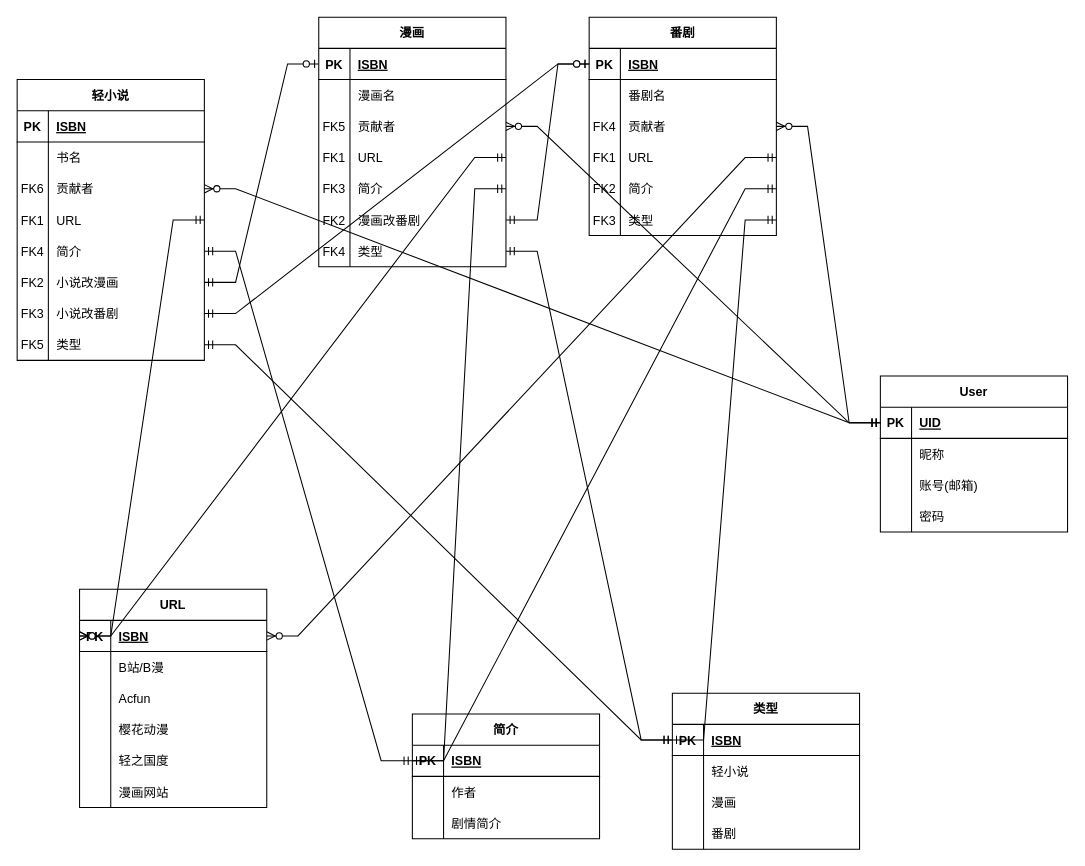
This is 数据库结构.drawio from AusertDream/2-D-resources-management-system, a draw.io file, before an edit. Source tidied: cells renumbered, new cells numbered last; positions are measured from the earlier drawing's top-left corner, leaving out a move shared by most shapes. Both pictures are drawn from the tidied source at 104%, with x=0, y=0 at pixel (17, 17).
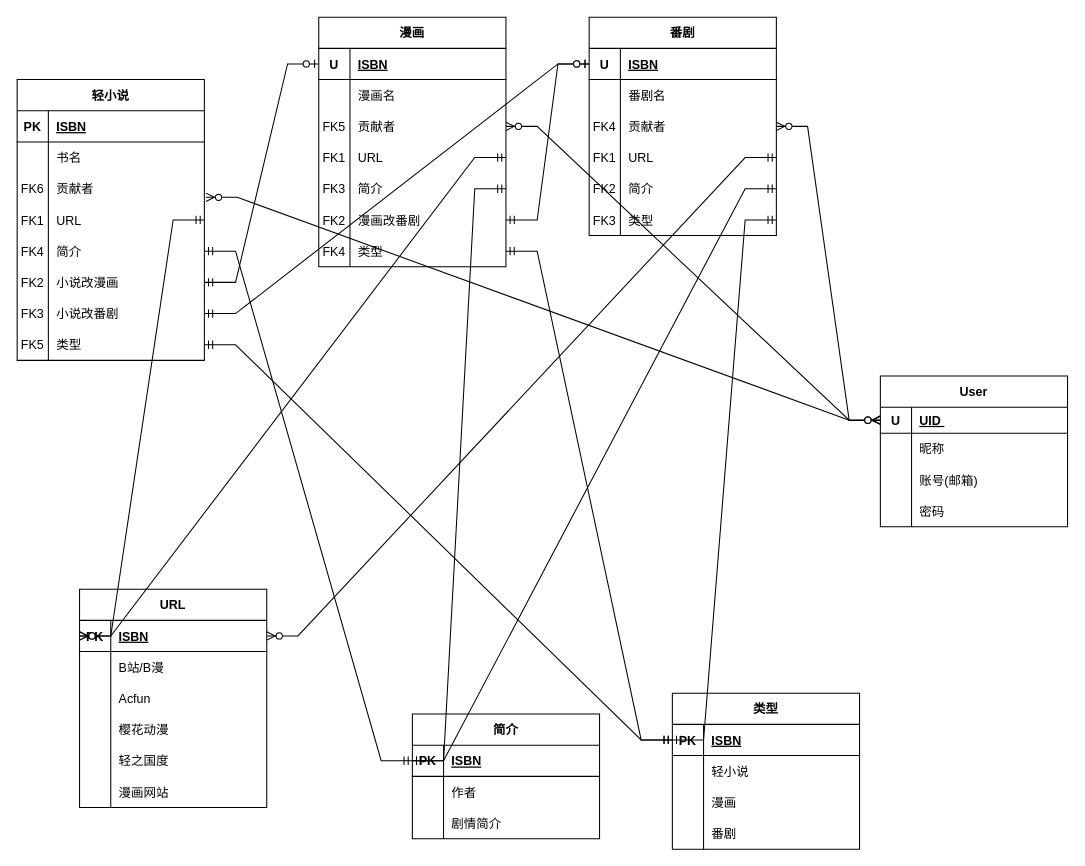
The same page after the edit.

The change refers to these unchanged cells:
```xml
<mxCell id="22" style="shape=tableRow;horizontal=0;startSize=0;swimlaneHead=0;swimlaneBody=0;fillColor=none;points=[[0,0.5],[1,0.5]];portConstraint=eastwest;top=0;left=0;right=0;bottom=0;" parent="15" vertex="1">
  <mxGeometry y="90" width="180" height="30" as="geometry" />
</mxCell>
<mxCell id="41" style="shape=tableRow;horizontal=0;startSize=0;swimlaneHead=0;swimlaneBody=0;fillColor=none;points=[[0,0.5],[1,0.5]];portConstraint=eastwest;top=0;left=0;right=0;bottom=1;" parent="40" vertex="1">
  <mxGeometry y="30" width="180" height="30" as="geometry" />
</mxCell>
<mxCell id="47" style="shape=tableRow;horizontal=0;startSize=0;swimlaneHead=0;swimlaneBody=0;fillColor=none;points=[[0,0.5],[1,0.5]];portConstraint=eastwest;top=0;left=0;right=0;bottom=0;" parent="40" vertex="1">
  <mxGeometry y="90" width="180" height="30" as="geometry" />
</mxCell>
<mxCell id="63" style="shape=tableRow;horizontal=0;startSize=0;swimlaneHead=0;swimlaneBody=0;fillColor=none;points=[[0,0.5],[1,0.5]];portConstraint=eastwest;top=0;left=0;right=0;bottom=1;" parent="62" vertex="1">
  <mxGeometry y="30" width="180" height="30" as="geometry" />
</mxCell>
<mxCell id="69" style="shape=tableRow;horizontal=0;startSize=0;swimlaneHead=0;swimlaneBody=0;fillColor=none;points=[[0,0.5],[1,0.5]];portConstraint=eastwest;top=0;left=0;right=0;bottom=0;" parent="62" vertex="1">
  <mxGeometry y="90" width="180" height="30" as="geometry" />
</mxCell>
```

What changed in the source:
```diff
@@
     <mxCell id="2" value="User" style="shape=table;startSize=30;childLayout=tableLayout;rowLines=0;fontStyle=1;align=center;" parent="1" vertex="1">
-      <mxGeometry x="830" y="345" width="180" height="150" as="geometry" />
+      <mxGeometry x="830" y="345" width="180" height="145" as="geometry" />
     </mxCell>
     <mxCell id="3" style="shape=tableRow;horizontal=0;startSize=0;swimlaneHead=0;swimlaneBody=0;fillColor=none;points=[[0,0.5],[1,0.5]];portConstraint=eastwest;top=0;left=0;right=0;bottom=1;" parent="2" vertex="1">
-      <mxGeometry y="30" width="180" height="30" as="geometry" />
+      <mxGeometry y="30" width="180" height="25" as="geometry" />
     </mxCell>
-    <mxCell id="4" value="PK" style="shape=partialRectangle;fillColor=none;top=0;left=0;bottom=0;right=0;fontStyle=1;overflow=hidden;" parent="3" vertex="1">
-      <mxGeometry width="30" height="30" as="geometry" />
+    <mxCell id="4" value="U" style="shape=partialRectangle;fillColor=none;top=0;left=0;bottom=0;right=0;fontStyle=1;overflow=hidden;" parent="3" vertex="1">
+      <mxGeometry width="30" height="25" as="geometry" />
     </mxCell>
-    <mxCell id="5" value="UID" style="shape=partialRectangle;fillColor=none;top=0;left=0;bottom=0;right=0;align=left;spacingLeft=6;fontStyle=5;overflow=hidden;" parent="3" vertex="1">
-      <mxGeometry x="30" width="150" height="30" as="geometry" />
+    <mxCell id="5" value="UID " style="shape=partialRectangle;fillColor=none;top=0;left=0;bottom=0;right=0;align=left;spacingLeft=6;fontStyle=5;overflow=hidden;" parent="3" vertex="1">
+      <mxGeometry x="30" width="150" height="25" as="geometry" />
     </mxCell>
     <mxCell id="6" style="shape=tableRow;horizontal=0;startSize=0;swimlaneHead=0;swimlaneBody=0;fillColor=none;top=0;left=0;right=0;bottom=0;" parent="2" vertex="1">
-      <mxGeometry y="60" width="180" height="30" as="geometry" />
+      <mxGeometry y="55" width="180" height="30" as="geometry" />
     </mxCell>
@@
     <mxCell id="9" style="shape=tableRow;horizontal=0;startSize=0;swimlaneHead=0;swimlaneBody=0;fillColor=none;top=0;left=0;right=0;bottom=0;" parent="2" vertex="1">
-      <mxGeometry y="90" width="180" height="30" as="geometry" />
+      <mxGeometry y="85" width="180" height="30" as="geometry" />
     </mxCell>
@@
     <mxCell id="12" style="shape=tableRow;horizontal=0;startSize=0;swimlaneHead=0;swimlaneBody=0;fillColor=none;top=0;left=0;right=0;bottom=0;" parent="2" vertex="1">
-      <mxGeometry y="120" width="180" height="30" as="geometry" />
+      <mxGeometry y="115" width="180" height="30" as="geometry" />
     </mxCell>
@@
-    <mxCell id="42" value="PK" style="shape=partialRectangle;fillColor=none;top=0;left=0;bottom=0;right=0;fontStyle=1;overflow=hidden;" parent="41" vertex="1">
+    <mxCell id="42" value="U" style="shape=partialRectangle;fillColor=none;top=0;left=0;bottom=0;right=0;fontStyle=1;overflow=hidden;" parent="41" vertex="1">
       <mxGeometry width="30" height="30" as="geometry" />
     </mxCell>
@@
-    <mxCell id="64" value="PK" style="shape=partialRectangle;fillColor=none;top=0;left=0;bottom=0;right=0;fontStyle=1;overflow=hidden;" parent="63" vertex="1">
+    <mxCell id="64" value="U" style="shape=partialRectangle;fillColor=none;top=0;left=0;bottom=0;right=0;fontStyle=1;overflow=hidden;" parent="63" vertex="1">
       <mxGeometry width="30" height="30" as="geometry" />
     </mxCell>
@@
-    <mxCell id="135" style="edgeStyle=entityRelationEdgeStyle;fontSize=12;html=1;endArrow=ERzeroToMany;startArrow=ERmandOne;rounded=0;exitX=0;exitY=0.5;exitDx=0;exitDy=0;entryX=1;entryY=0.5;entryDx=0;entryDy=0;" parent="1" edge="1" source="3" target="69">
-      <mxGeometry relative="1" as="geometry" />
-    </mxCell>
-    <mxCell id="136" style="edgeStyle=entityRelationEdgeStyle;fontSize=12;html=1;endArrow=ERzeroToMany;startArrow=ERmandOne;rounded=0;exitX=0;exitY=0.5;exitDx=0;exitDy=0;entryX=1;entryY=0.5;entryDx=0;entryDy=0;" parent="1" edge="1" source="3" target="47">
-      <mxGeometry relative="1" as="geometry" />
-    </mxCell>
-    <mxCell id="137" style="edgeStyle=entityRelationEdgeStyle;fontSize=12;html=1;endArrow=ERzeroToMany;startArrow=ERmandOne;rounded=0;exitX=0;exitY=0.5;exitDx=0;exitDy=0;entryX=1;entryY=0.5;entryDx=0;entryDy=0;" parent="1" edge="1" source="3" target="22">
-      <mxGeometry relative="1" as="geometry" />
-    </mxCell>
+    <mxCell id="138" style="edgeStyle=entityRelationEdgeStyle;fontSize=12;html=1;endArrow=ERzeroToMany;endFill=1;startArrow=ERzeroToMany;rounded=0;entryX=0;entryY=0.5;entryDx=0;entryDy=0;exitX=1.009;exitY=0.773;exitDx=0;exitDy=0;exitPerimeter=0;" parent="1" edge="1" source="22" target="3">
+      <mxGeometry relative="1" as="geometry" />
+    </mxCell>
+    <mxCell id="139" style="edgeStyle=entityRelationEdgeStyle;fontSize=12;html=1;endArrow=ERzeroToMany;endFill=1;startArrow=ERzeroToMany;rounded=0;entryX=0;entryY=0.5;entryDx=0;entryDy=0;" parent="1" edge="1" source="47" target="3">
+      <mxGeometry relative="1" as="geometry" />
+    </mxCell>
+    <mxCell id="140" style="edgeStyle=entityRelationEdgeStyle;fontSize=12;html=1;endArrow=ERzeroToMany;endFill=1;startArrow=ERzeroToMany;rounded=0;" parent="1" edge="1" source="69" target="3">
+      <mxGeometry relative="1" as="geometry" />
+    </mxCell>
```
